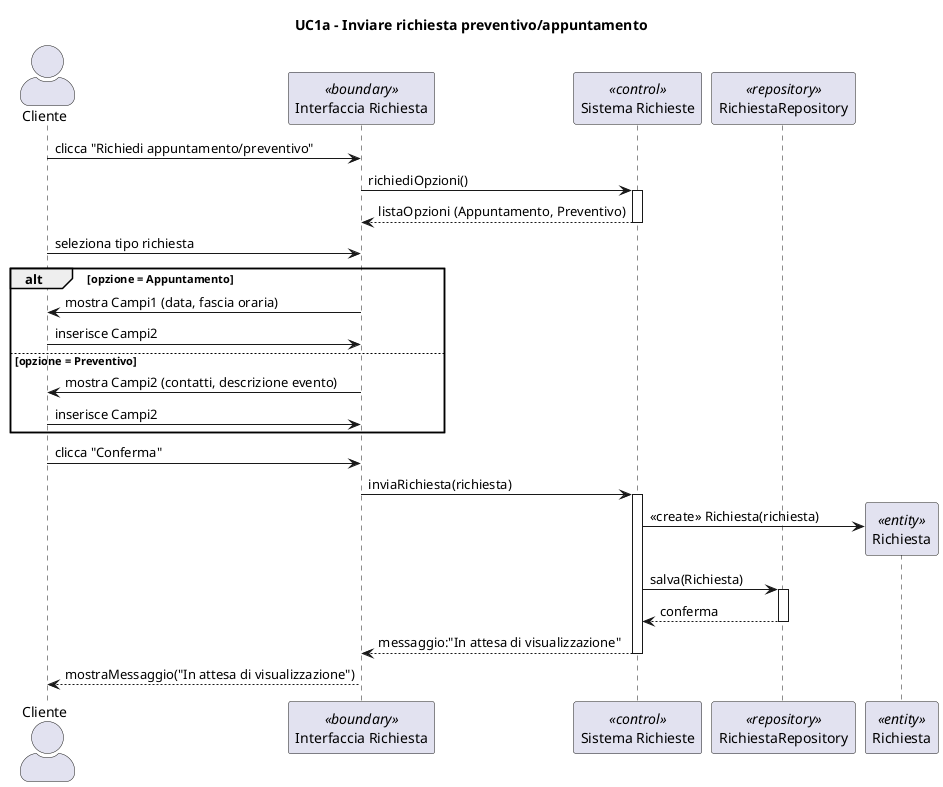
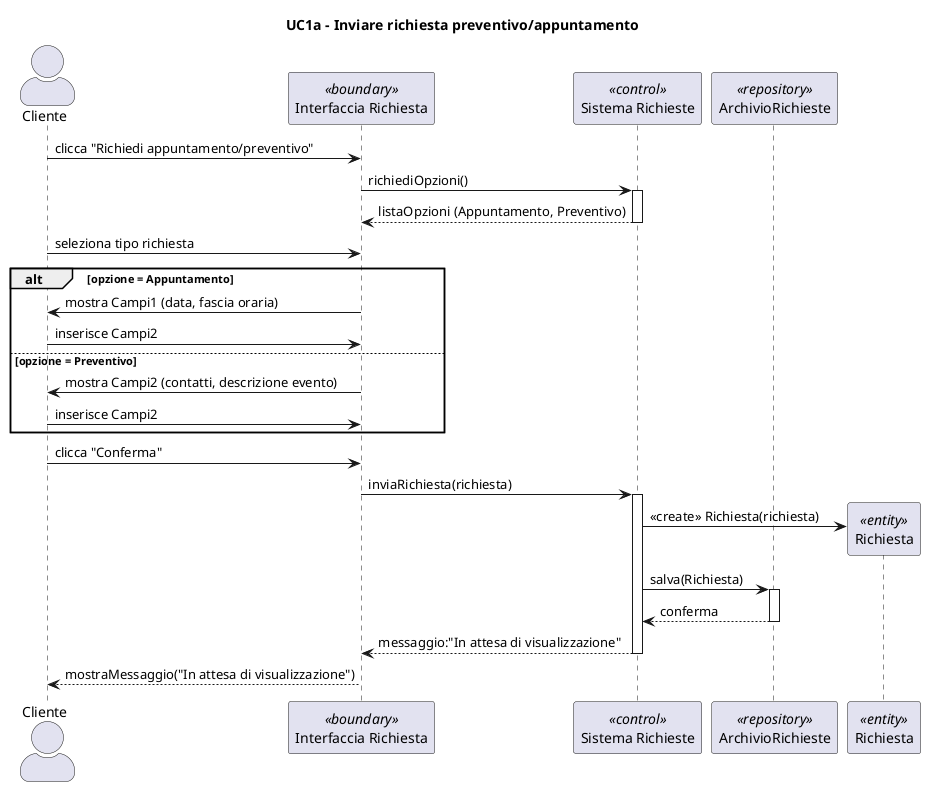
@startuml
title UC1a - Inviare richiesta preventivo/appuntamento
skinparam actorStyle awesome
actor Cliente
participant "Interfaccia Richiesta" as UI <<boundary>>
participant "Sistema Richieste" as S <<control>>
- participant "RichiestaRepository" as Repo <<repository>>
+ participant "ArchivioRichieste" as Repo <<repository>>
participant "Richiesta" as R <<entity>>


Cliente -> UI : clicca "Richiedi appuntamento/preventivo"
UI -> S : richiediOpzioni()
activate S
S --> UI : listaOpzioni (Appuntamento, Preventivo)
deactivate S

Cliente -> UI : seleziona tipo richiesta

alt opzione = Appuntamento
    UI -> Cliente : mostra Campi1 (data, fascia oraria)
    Cliente -> UI : inserisce Campi2
else opzione = Preventivo
    UI -> Cliente : mostra Campi2 (contatti, descrizione evento)
    Cliente -> UI : inserisce Campi2
end

Cliente -> UI : clicca "Conferma"
UI -> S : inviaRichiesta(richiesta)
activate S

create R
S -> R : <<create>> Richiesta(richiesta)

S -> Repo : salva(Richiesta)
activate Repo
Repo --> S : conferma
deactivate Repo

S --> UI : messaggio:"In attesa di visualizzazione"
deactivate S

UI --> Cliente : mostraMessaggio("In attesa di visualizzazione")

@enduml
